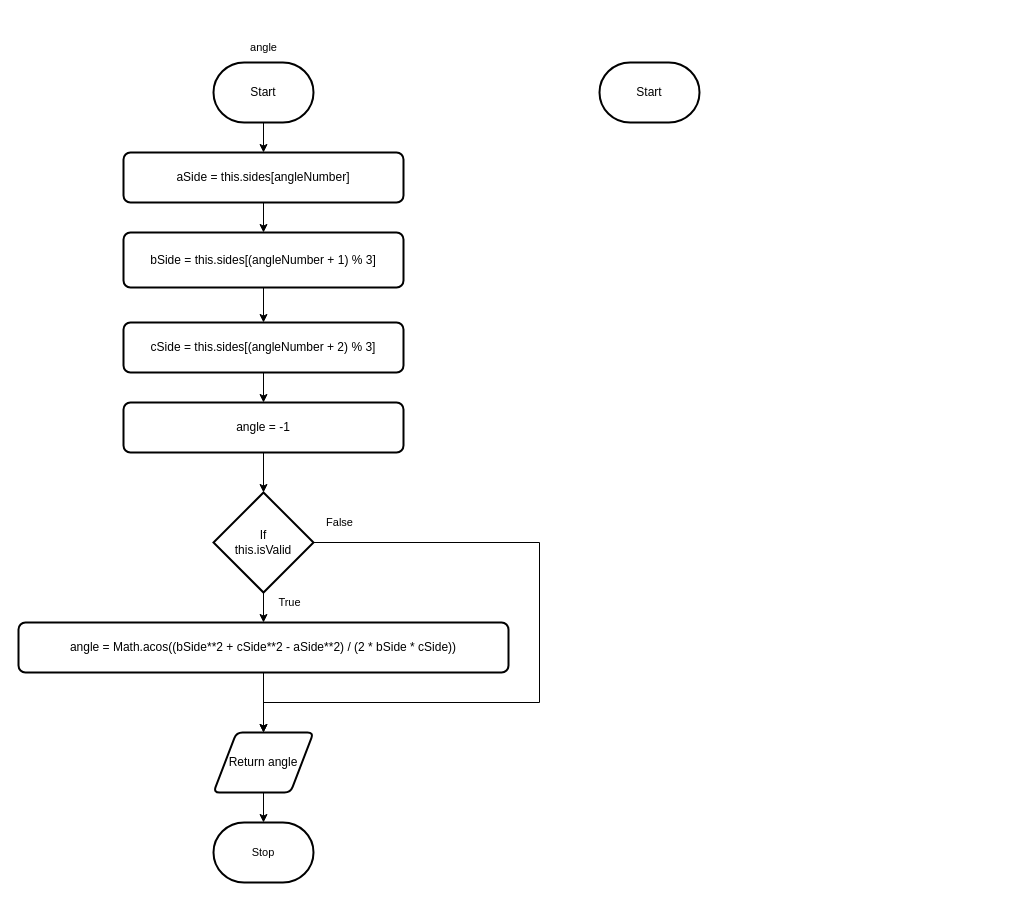
The draw.io diagram Design/flowchart.drawio in Samuel-Webster-178/ICS4U-Assignment-03-Typescript, before the edit. Source tidied: cells renumbered, new cells numbered last; positions are measured from the earlier drawing's top-left corner, leaving out a move shared by most shapes. Both pictures are drawn from the tidied source at 100%, with x=0, y=0 at pixel (18, 32).
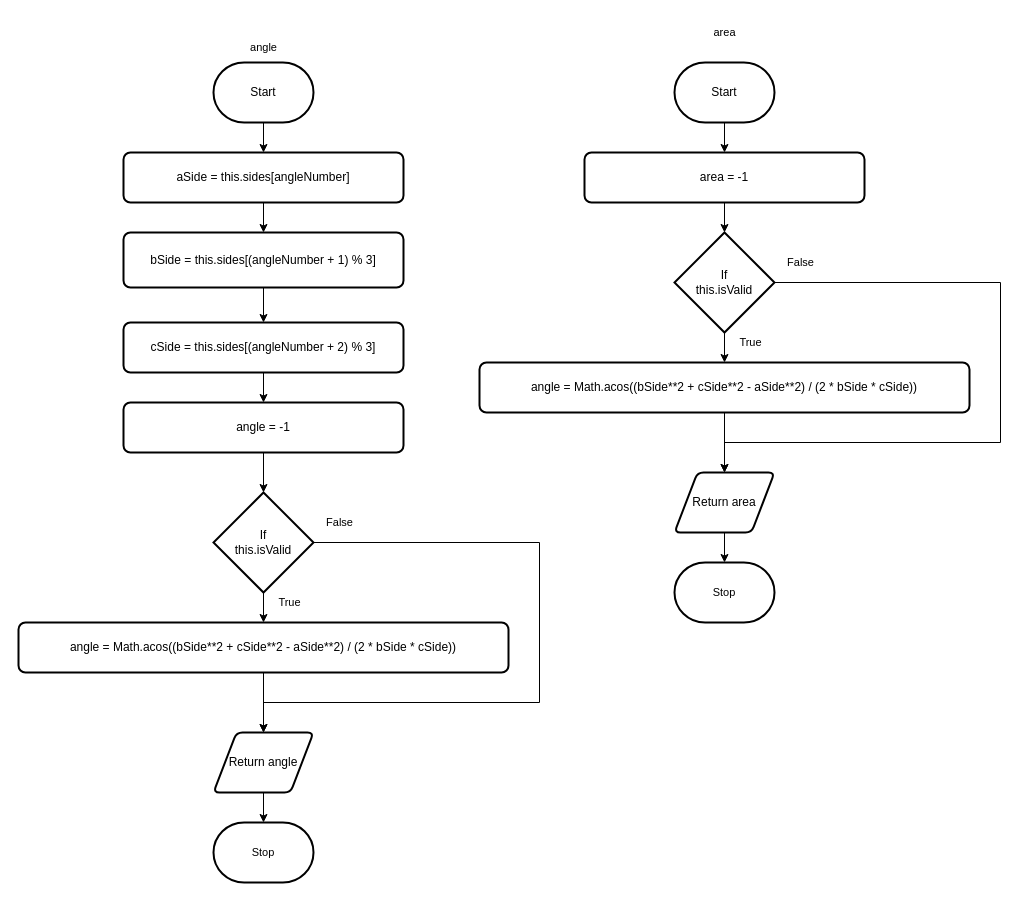
After the change.

What changed in the source:
```diff
@@
+    <mxCell id="24" style="edgeStyle=orthogonalEdgeStyle;shape=connector;rounded=0;html=1;labelBackgroundColor=default;strokeColor=default;fontFamily=Helvetica;fontSize=11;fontColor=default;endArrow=classic;" parent="1" edge="1" source="23" target="37">
+      <mxGeometry relative="1" as="geometry" />
+    </mxCell>
     <mxCell id="23" value="Start" style="strokeWidth=2;html=1;shape=mxgraph.flowchart.terminator;whiteSpace=wrap;" parent="1" vertex="1">
-      <mxGeometry x="581" y="30" width="100" height="60" as="geometry" />
+      <mxGeometry x="656" y="30" width="100" height="60" as="geometry" />
     </mxCell>
+    <mxCell id="25" style="edgeStyle=none;html=1;" parent="1" edge="1" source="27" target="29">
+      <mxGeometry relative="1" as="geometry" />
+    </mxCell>
+    <mxCell id="26" style="edgeStyle=orthogonalEdgeStyle;html=1;entryX=0.5;entryY=0;entryDx=0;entryDy=0;rounded=0;" parent="1" edge="1" source="27" target="31">
+      <mxGeometry relative="1" as="geometry">
+        <Array as="points">
+          <mxPoint x="982" y="250" />
+          <mxPoint x="982" y="410" />
+          <mxPoint x="706" y="410" />
+        </Array>
+      </mxGeometry>
+    </mxCell>
+    <mxCell id="27" value="If&lt;br&gt;this.isValid" style="strokeWidth=2;html=1;shape=mxgraph.flowchart.decision;whiteSpace=wrap;" parent="1" vertex="1">
+      <mxGeometry x="656" y="200" width="100" height="100" as="geometry" />
+    </mxCell>
+    <mxCell id="28" style="edgeStyle=none;html=1;entryX=0.5;entryY=0;entryDx=0;entryDy=0;" parent="1" edge="1" source="29" target="31">
+      <mxGeometry relative="1" as="geometry" />
+    </mxCell>
+    <mxCell id="29" value="&lt;div&gt;angle = Math.acos(&lt;span style=&quot;background-color: initial;&quot;&gt;(bSide**2 + cSide**2 - aSide**2) / (2 * bSide * cSide)&lt;/span&gt;&lt;span style=&quot;background-color: initial;&quot;&gt;)&lt;/span&gt;&lt;/div&gt;" style="rounded=1;whiteSpace=wrap;html=1;absoluteArcSize=1;arcSize=14;strokeWidth=2;" parent="1" vertex="1">
+      <mxGeometry x="461" y="330" width="490" height="50" as="geometry" />
+    </mxCell>
+    <mxCell id="30" style="edgeStyle=orthogonalEdgeStyle;shape=connector;rounded=0;html=1;labelBackgroundColor=default;strokeColor=default;fontFamily=Helvetica;fontSize=11;fontColor=default;endArrow=classic;" parent="1" edge="1" source="31" target="34">
+      <mxGeometry relative="1" as="geometry" />
+    </mxCell>
+    <mxCell id="31" value="Return area" style="shape=parallelogram;html=1;strokeWidth=2;perimeter=parallelogramPerimeter;whiteSpace=wrap;rounded=1;arcSize=12;size=0.23;" parent="1" vertex="1">
+      <mxGeometry x="656" y="440" width="100" height="60" as="geometry" />
+    </mxCell>
+    <mxCell id="32" value="False" style="text;html=1;align=center;verticalAlign=middle;strokeColor=none;fillColor=none;fontSize=11;fontFamily=Helvetica;fontColor=default;" parent="1" vertex="1">
+      <mxGeometry x="757" y="215" width="50" height="30" as="geometry" />
+    </mxCell>
+    <mxCell id="33" value="True" style="text;html=1;align=center;verticalAlign=middle;strokeColor=none;fillColor=none;fontSize=11;fontFamily=Helvetica;fontColor=default;" parent="1" vertex="1">
+      <mxGeometry x="707" y="295" width="50" height="30" as="geometry" />
+    </mxCell>
+    <mxCell id="34" value="Stop" style="strokeWidth=2;html=1;shape=mxgraph.flowchart.terminator;whiteSpace=wrap;fontFamily=Helvetica;fontSize=11;fontColor=default;" parent="1" vertex="1">
+      <mxGeometry x="656" y="530" width="100" height="60" as="geometry" />
+    </mxCell>
+    <mxCell id="35" value="area" style="text;html=1;align=center;verticalAlign=middle;strokeColor=none;fillColor=none;fontSize=11;fontFamily=Helvetica;fontColor=default;" parent="1" vertex="1">
+      <mxGeometry x="681" y="-15" width="50" height="30" as="geometry" />
+    </mxCell>
+    <mxCell id="36" style="edgeStyle=orthogonalEdgeStyle;shape=connector;rounded=0;html=1;labelBackgroundColor=default;strokeColor=default;fontFamily=Helvetica;fontSize=11;fontColor=default;endArrow=classic;" parent="1" edge="1" source="37" target="27">
+      <mxGeometry relative="1" as="geometry" />
+    </mxCell>
+    <mxCell id="37" value="&lt;div&gt;&lt;span style=&quot;background-color: initial;&quot;&gt;area = -1&lt;/span&gt;&lt;br&gt;&lt;/div&gt;" style="rounded=1;whiteSpace=wrap;html=1;absoluteArcSize=1;arcSize=14;strokeWidth=2;" parent="1" vertex="1">
+      <mxGeometry x="566" y="120" width="280" height="50" as="geometry" />
+    </mxCell>
```
